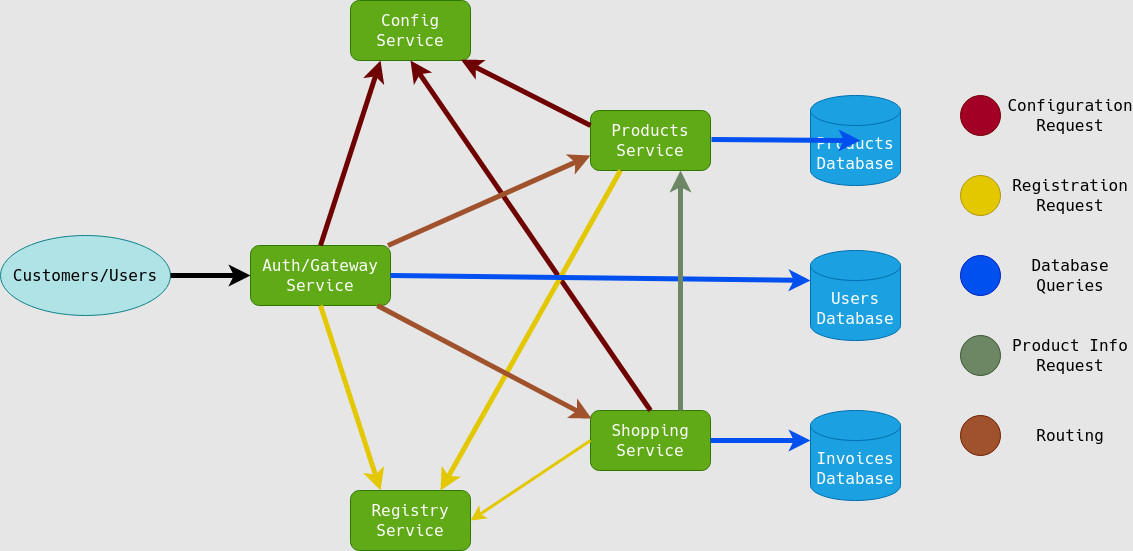
Above: diagram.png in SirNoob97/OnlineStore (draw.io), before the change. Source tidied: cells renumbered, new cells last; positions are measured from the earlier drawing's top-left corner, leaving out a move shared by most shapes.
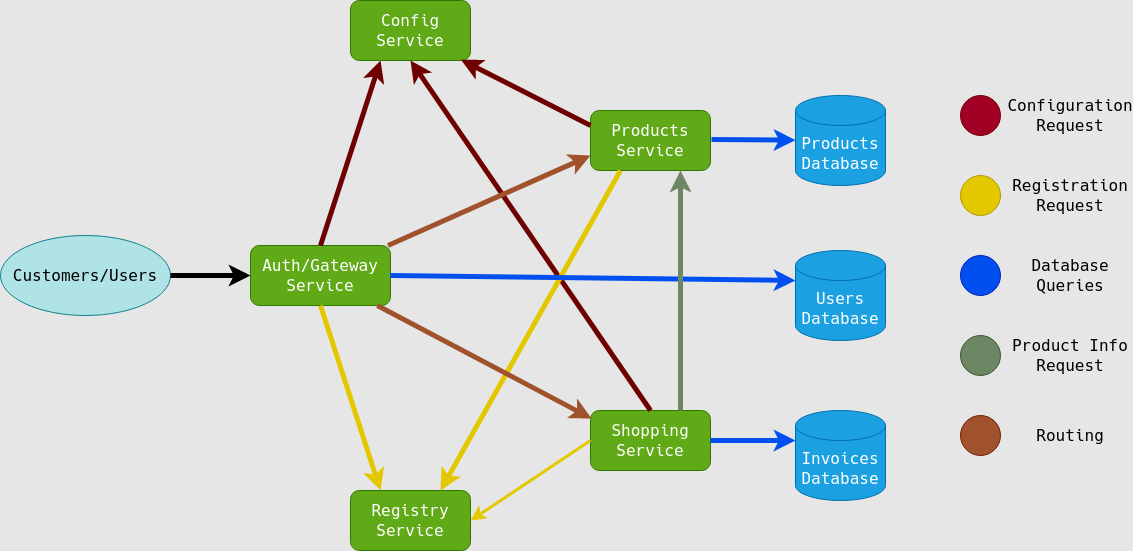
The same diagram one commit later.

What changed in the source:
```diff
@@ -18,13 +18,13 @@
       <mxGeometry x="350" y="490" width="120" height="60" as="geometry" />
     </mxCell>
     <mxCell id="7" value="&lt;div style=&quot;font-size: 16px;&quot;&gt;Products&lt;/div&gt;&lt;div style=&quot;font-size: 16px;&quot;&gt;Database&lt;/div&gt;" style="shape=cylinder3;whiteSpace=wrap;html=1;boundedLbl=1;backgroundOutline=1;size=15;fontFamily=Verdana;fillColor=#1ba1e2;strokeColor=#006EAF;fontColor=#ffffff;fontSize=16;" parent="1" vertex="1">
-      <mxGeometry x="810" y="95" width="90" height="90" as="geometry" />
+      <mxGeometry x="795" y="95" width="90" height="90" as="geometry" />
     </mxCell>
     <mxCell id="8" value="&lt;div style=&quot;font-size: 16px;&quot;&gt;Users&lt;/div&gt;&lt;div style=&quot;font-size: 16px;&quot;&gt;Database&lt;/div&gt;" style="shape=cylinder3;whiteSpace=wrap;html=1;boundedLbl=1;backgroundOutline=1;size=15;fontFamily=Verdana;fillColor=#1ba1e2;strokeColor=#006EAF;fontColor=#ffffff;fontSize=16;" parent="1" vertex="1">
-      <mxGeometry x="810" y="250" width="90" height="90" as="geometry" />
+      <mxGeometry x="795" y="250" width="90" height="90" as="geometry" />
     </mxCell>
     <mxCell id="9" value="&lt;div style=&quot;font-size: 16px;&quot;&gt;Invoices&lt;/div&gt;&lt;div style=&quot;font-size: 16px;&quot;&gt;Database&lt;/div&gt;" style="shape=cylinder3;whiteSpace=wrap;html=1;boundedLbl=1;backgroundOutline=1;size=15;fontFamily=Verdana;fillColor=#1ba1e2;strokeColor=#006EAF;fontColor=#ffffff;fontSize=16;" parent="1" vertex="1">
-      <mxGeometry x="810" y="410" width="90" height="90" as="geometry" />
+      <mxGeometry x="795" y="410" width="90" height="90" as="geometry" />
     </mxCell>
     <mxCell id="10" style="endArrow=classic;html=1;fontFamily=Verdana;fontSize=16;exitX=0.5;exitY=0;exitDx=0;exitDy=0;entryX=0.25;entryY=1;entryDx=0;entryDy=0;fillColor=#a20025;strokeColor=#6F0000;strokeWidth=5;" parent="1" edge="1" source="2" target="5">
       <mxGeometry relative="1" as="geometry" />
@@ -50,10 +50,9 @@
     <mxCell id="17" style="endArrow=classic;html=1;fontFamily=Verdana;fontSize=16;exitX=1;exitY=0.5;exitDx=0;exitDy=0;entryX=0;entryY=0;entryDx=0;entryDy=30;entryPerimeter=0;fillColor=#0050ef;strokeColor=#0050EF;strokeWidth=5;" parent="1" edge="1" source="4" target="9">
       <mxGeometry relative="1" as="geometry" />
     </mxCell>
-    <mxCell id="18" style="endArrow=classic;html=1;fontFamily=Verdana;fontSize=16;exitX=1;exitY=0.5;exitDx=0;exitDy=0;fillColor=#0050ef;strokeColor=#0050EF;strokeWidth=5;" parent="1" edge="1">
+    <mxCell id="18" style="endArrow=classic;html=1;fontFamily=Verdana;fontSize=16;exitX=1;exitY=0.5;exitDx=0;exitDy=0;fillColor=#0050ef;strokeColor=#0050EF;strokeWidth=5;" parent="1" edge="1" target="7">
       <mxGeometry relative="1" as="geometry">
         <mxPoint x="711" y="139" as="sourcePoint" />
-        <mxPoint x="860" y="140" as="targetPoint" />
       </mxGeometry>
     </mxCell>
     <mxCell id="19" style="endArrow=classic;html=1;fontFamily=Verdana;fontSize=16;exitX=0.75;exitY=0;exitDx=0;exitDy=0;entryX=0.75;entryY=1;entryDx=0;entryDy=0;fillColor=#6d8764;strokeWidth=5;strokeColor=#6D8764;" parent="1" edge="1" source="4" target="3">
```
